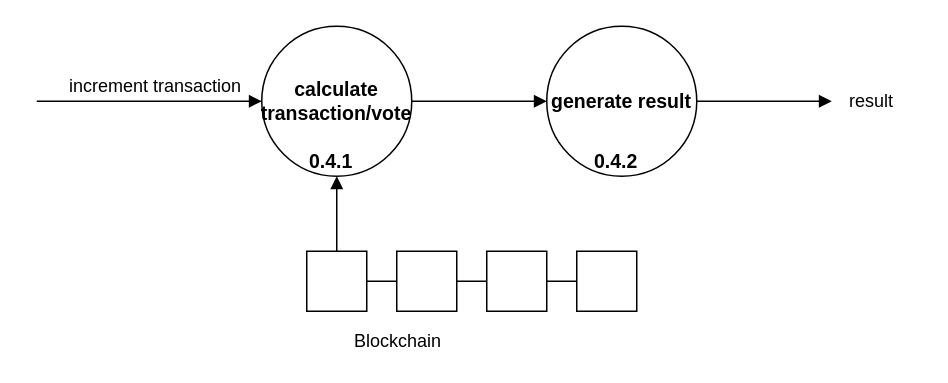
Earlier version of the draw.io diagram DFD level 2 4.drawio (matic14/BLockVote-UML-Diagram). Source tidied: cells renumbered, new cells numbered last; positions are measured from the earlier drawing's top-left corner, leaving out a move shared by most shapes. Both pictures are drawn from the tidied source at 150%, with x=0, y=0 at pixel (36, 26).
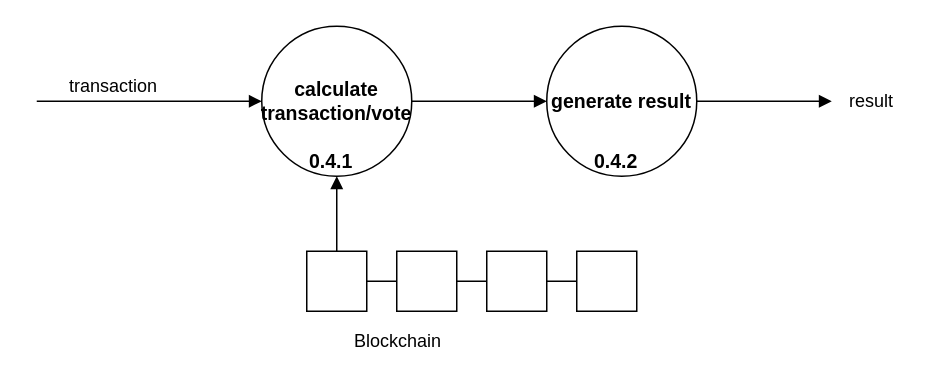
Above is the later version.

Diff of the diagram source:
```diff
@@
-    <mxCell id="5" value="increment transaction" style="text;html=1;align=left;verticalAlign=top;spacingTop=-4;" parent="1" vertex="1">
-      <mxGeometry x="20" y="30" width="130" height="20" as="geometry" />
+    <mxCell id="5" value="transaction" style="text;html=1;align=left;verticalAlign=top;spacingTop=-4;" parent="1" vertex="1">
+      <mxGeometry x="20" y="30" width="70" height="20" as="geometry" />
     </mxCell>
```
